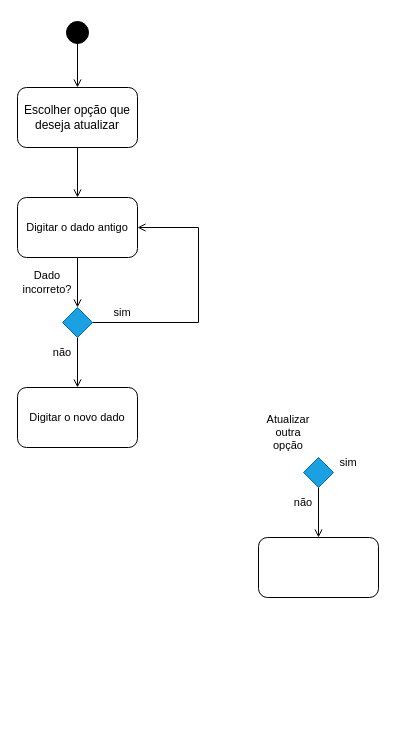
Before: Diagrama de atividade - Atualizar cadastro.drawio in JudilenaGalvao/Projeto-POO, a draw.io diagram. Source tidied: cells renumbered, new cells numbered last; positions are measured from the earlier drawing's top-left corner, leaving out a move shared by most shapes. Both pictures are drawn from the tidied source at 100%, with x=0, y=0 at pixel (17, 17).
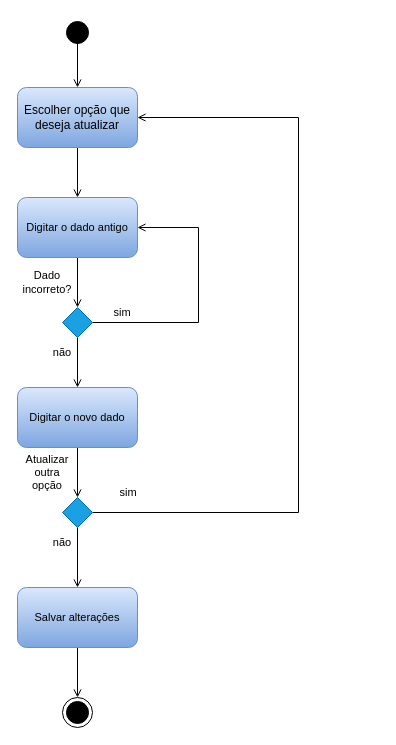
The same page after the edit.

The edit, as a diff of the source:
```diff
@@
-    <mxCell id="5" value="Escolher opção que deseja atualizar" style="rounded=1;whiteSpace=wrap;html=1;" parent="1" vertex="1">
+    <mxCell id="5" value="Escolher opção que deseja atualizar" style="rounded=1;whiteSpace=wrap;html=1;fillColor=#dae8fc;gradientColor=#7ea6e0;strokeColor=#6c8ebf;" parent="1" vertex="1">
       <mxGeometry y="70" width="120" height="60" as="geometry" />
     </mxCell>
@@
+    <mxCell id="21" style="edgeStyle=orthogonalEdgeStyle;shape=connector;rounded=0;jettySize=auto;html=1;exitX=1;exitY=0.5;exitDx=0;exitDy=0;entryX=1;entryY=0.5;entryDx=0;entryDy=0;labelBackgroundColor=default;strokeColor=default;fontFamily=Helvetica;fontSize=11;fontColor=default;endArrow=open;endFill=0;" parent="1" edge="1" source="7" target="5">
+      <mxGeometry relative="1" as="geometry">
+        <Array as="points">
+          <mxPoint x="281" y="495" />
+          <mxPoint x="281" y="100" />
+        </Array>
+      </mxGeometry>
+    </mxCell>
     <mxCell id="7" style="rhombus;whiteSpace=wrap;html=1;fillColor=#1ba1e2;strokeColor=#006EAF;fontColor=#ffffff;" parent="1" vertex="1">
-      <mxGeometry x="286" y="440" width="30" height="30" as="geometry" />
+      <mxGeometry x="45" y="480" width="30" height="30" as="geometry" />
     </mxCell>
     <mxCell id="8" value="Atualizar outra opção" style="text;html=1;strokeColor=none;fillColor=none;align=center;verticalAlign=middle;whiteSpace=wrap;rounded=0;fontSize=11;fontFamily=Helvetica;fontColor=default;" parent="1" vertex="1">
-      <mxGeometry x="241" y="400" width="60" height="30" as="geometry" />
+      <mxGeometry y="440" width="60" height="30" as="geometry" />
     </mxCell>
     <mxCell id="9" value="sim" style="text;html=1;strokeColor=none;fillColor=none;align=center;verticalAlign=middle;whiteSpace=wrap;rounded=0;fontSize=11;fontFamily=Helvetica;fontColor=default;" parent="1" vertex="1">
-      <mxGeometry x="301" y="430" width="60" height="30" as="geometry" />
+      <mxGeometry x="81" y="460" width="60" height="30" as="geometry" />
     </mxCell>
+    <mxCell id="22" style="edgeStyle=orthogonalEdgeStyle;shape=connector;rounded=0;jettySize=auto;html=1;exitX=0.5;exitY=1;exitDx=0;exitDy=0;entryX=0.5;entryY=0;entryDx=0;entryDy=0;labelBackgroundColor=default;strokeColor=default;fontFamily=Helvetica;fontSize=11;fontColor=default;endArrow=open;endFill=0;" parent="1" edge="1" source="10" target="24">
+      <mxGeometry relative="1" as="geometry" />
+    </mxCell>
-    <mxCell id="10" style="rounded=1;whiteSpace=wrap;html=1;fontFamily=Helvetica;fontSize=11;fontColor=default;" parent="1" vertex="1">
-      <mxGeometry x="241" y="520" width="120" height="60" as="geometry" />
+    <mxCell id="10" value="Salvar alterações" style="rounded=1;whiteSpace=wrap;html=1;fontFamily=Helvetica;fontSize=11;fillColor=#dae8fc;gradientColor=#7ea6e0;strokeColor=#6c8ebf;" parent="1" vertex="1">
+      <mxGeometry y="570" width="120" height="60" as="geometry" />
     </mxCell>
     <mxCell id="11" value="não" style="text;html=1;strokeColor=none;fillColor=none;align=center;verticalAlign=middle;whiteSpace=wrap;rounded=0;fontSize=11;fontFamily=Helvetica;fontColor=default;" parent="1" vertex="1">
-      <mxGeometry x="256" y="470" width="60" height="30" as="geometry" />
+      <mxGeometry x="15" y="510" width="60" height="30" as="geometry" />
     </mxCell>
@@
-    <mxCell id="13" value="Digitar o dado antigo" style="rounded=1;whiteSpace=wrap;html=1;fontFamily=Helvetica;fontSize=11;fontColor=default;" parent="1" vertex="1">
+    <mxCell id="13" value="Digitar o dado antigo" style="rounded=1;whiteSpace=wrap;html=1;fontFamily=Helvetica;fontSize=11;fillColor=#dae8fc;gradientColor=#7ea6e0;strokeColor=#6c8ebf;" parent="1" vertex="1">
       <mxGeometry y="180" width="120" height="60" as="geometry" />
     </mxCell>
@@
+    <mxCell id="23" style="edgeStyle=orthogonalEdgeStyle;shape=connector;rounded=0;jettySize=auto;html=1;exitX=0.5;exitY=1;exitDx=0;exitDy=0;entryX=0.5;entryY=0;entryDx=0;entryDy=0;labelBackgroundColor=default;strokeColor=default;fontFamily=Helvetica;fontSize=11;fontColor=default;endArrow=open;endFill=0;" parent="1" edge="1" source="18" target="7">
+      <mxGeometry relative="1" as="geometry" />
+    </mxCell>
-    <mxCell id="18" value="Digitar o novo dado" style="rounded=1;whiteSpace=wrap;html=1;fontFamily=Helvetica;fontSize=11;fontColor=default;" parent="1" vertex="1">
+    <mxCell id="18" value="Digitar o novo dado" style="rounded=1;whiteSpace=wrap;html=1;fontFamily=Helvetica;fontSize=11;fillColor=#dae8fc;gradientColor=#7ea6e0;strokeColor=#6c8ebf;" parent="1" vertex="1">
       <mxGeometry y="370" width="120" height="60" as="geometry" />
     </mxCell>
@@
+    <mxCell id="24" style="ellipse;html=1;shape=endState;fillColor=#000000;strokeColor=#000000;fontFamily=Helvetica;fontSize=11;fontColor=default;" parent="1" vertex="1">
+      <mxGeometry x="45" y="680" width="30" height="30" as="geometry" />
+    </mxCell>
```
